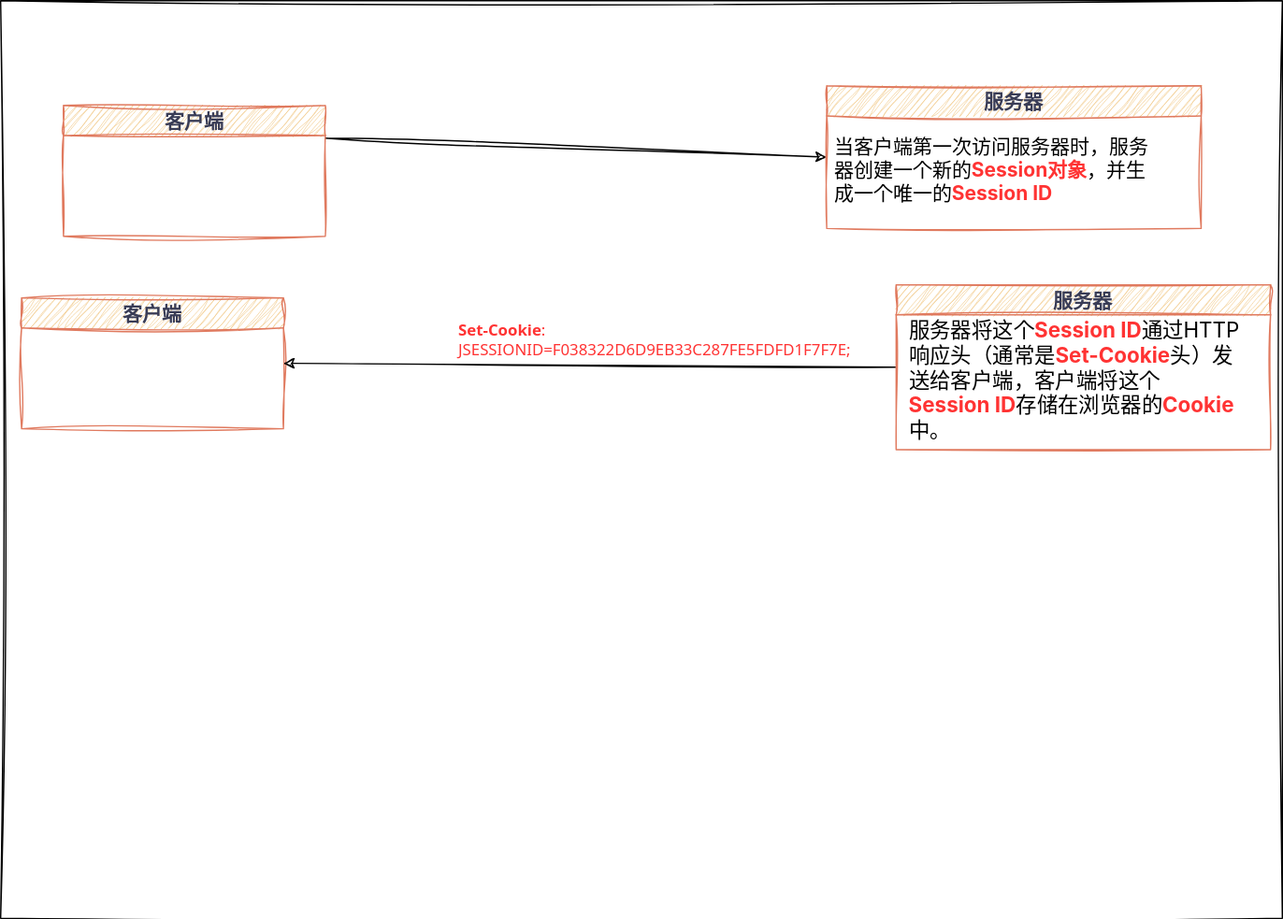
luguosong/images keeps this draw.io diagram as diagrams/java_serve/web_application/session_cookie/session原理图解.svg. Above is the earlier version. Source tidied: cells renumbered, new cells last; positions are measured from the earlier drawing's top-left corner, leaving out a move shared by most shapes.
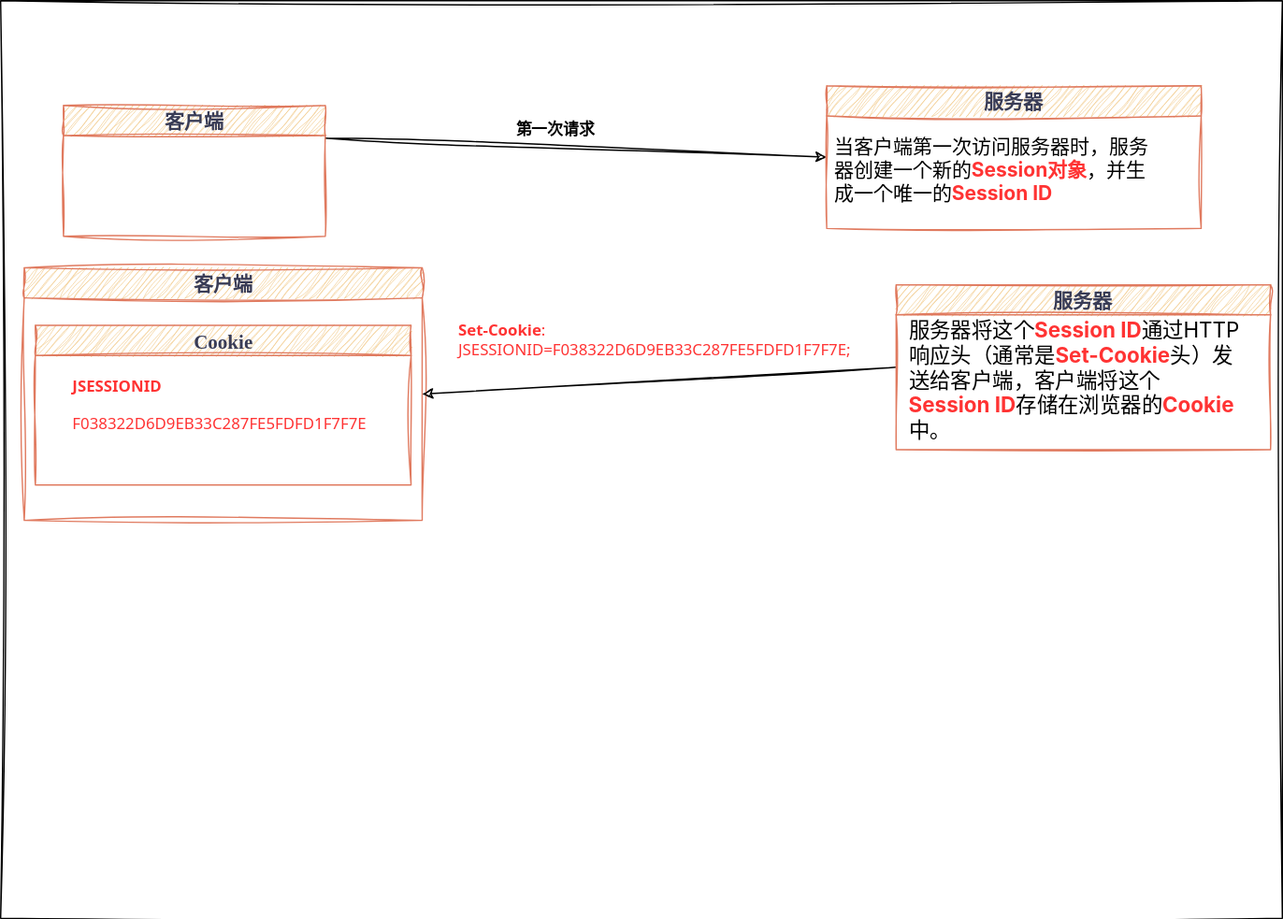
The same diagram one commit later.

Commit message:
更新session原理图解.svg

Change to the diagram source:
```diff
@@ -18,8 +18,14 @@
       <mxGeometry x="4" y="37" width="255" height="54" as="geometry" />
     </mxCell>
     <mxCell id="7" value="客户端" style="swimlane;whiteSpace=wrap;html=1;sketch=1;hachureGap=4;jiggle=2;curveFitting=1;fontFamily=LXGW WenKai;fontSize=15;strokeColor=#E07A5F;align=center;verticalAlign=middle;fontColor=#393C56;fontStyle=1;fillColor=#F2CC8F;fontSource=https%3A%2F%2Ffonts.googleapis.com%2Fcss%3Ffamily%3DArchitects%2BDaughter;labelBackgroundColor=none;" parent="1" vertex="1">
-      <mxGeometry x="16" y="227" width="200" height="100" as="geometry" />
+      <mxGeometry x="18" y="204" width="304" height="193" as="geometry" />
     </mxCell>
+    <mxCell id="13" value="Cookie" style="swimlane;whiteSpace=wrap;html=1;sketch=1;hachureGap=4;jiggle=2;curveFitting=1;fontFamily=LXGW WenKai;fontSize=15;strokeColor=#E07A5F;align=center;verticalAlign=middle;fontColor=#393C56;fontStyle=1;fillColor=#F2CC8F;fontSource=https%3A%2F%2Ffonts.googleapis.com%2Fcss%3Ffamily%3DArchitects%2BDaughter;labelBackgroundColor=none;" parent="7" vertex="1">
+      <mxGeometry x="8.5" y="44" width="287" height="122" as="geometry" />
+    </mxCell>
+    <mxCell id="14" value="&lt;div style=&quot;text-align: left;&quot;&gt;&lt;span style=&quot;font-family: system-ui, sans-serif; white-space: pre; background-color: rgb(255, 255, 255);&quot;&gt;&lt;font style=&quot;&quot; color=&quot;#ff3333&quot;&gt;JSESSIONID&lt;/font&gt;&lt;/span&gt;&lt;/div&gt;&lt;font style=&quot;background-color: rgb(255, 255, 255);&quot; color=&quot;#ff3333&quot;&gt;&lt;div style=&quot;text-align: left;&quot;&gt;&lt;font face=&quot;system-ui, sans-serif&quot;&gt;&lt;span style=&quot;font-weight: 400; white-space: pre;&quot;&gt;&lt;br&gt;&lt;/span&gt;&lt;/font&gt;&lt;/div&gt;&lt;span style=&quot;font-family: system-ui, sans-serif; font-weight: 400;&quot;&gt;&lt;div style=&quot;text-align: left;&quot;&gt;F038322D6D9EB33C287FE5FDFD1F7F7E&lt;/div&gt;&lt;/span&gt;&lt;/font&gt;" style="text;html=1;align=center;verticalAlign=middle;whiteSpace=wrap;rounded=0;fontFamily=LXGW WenKai;fontSize=12;fontColor=default;fontStyle=1;" parent="13" vertex="1">
+      <mxGeometry x="23" y="30.5" width="235" height="61" as="geometry" />
+    </mxCell>
     <mxCell id="8" style="edgeStyle=none;rounded=0;sketch=1;hachureGap=4;jiggle=2;curveFitting=1;jettySize=auto;html=1;exitX=0;exitY=0.5;exitDx=0;exitDy=0;entryX=1;entryY=0.5;entryDx=0;entryDy=0;fontFamily=LXGW WenKai;fontSource=https%3A%2F%2Ffonts.googleapis.com%2Fcss%3Ffamily%3DArchitects%2BDaughter;fontSize=12;fontColor=default;fontStyle=1;" parent="1" edge="1" source="10" target="7">
       <mxGeometry relative="1" as="geometry" />
     </mxCell>
@@ -37,5 +43,8 @@
     <mxCell id="12" value="&lt;span style=&quot;color: rgb(255, 51, 51); font-family: system-ui, sans-serif; text-transform: capitalize;&quot;&gt;Set-Cookie&lt;/span&gt;&lt;span style=&quot;color: rgb(255, 51, 51); font-family: system-ui, sans-serif; font-weight: 400; text-transform: capitalize;&quot;&gt;:&amp;nbsp;&lt;br&gt;&lt;/span&gt;&lt;span style=&quot;color: rgb(255, 51, 51); font-family: system-ui, sans-serif; font-weight: 400;&quot;&gt;JSESSIONID=F038322D6D9EB33C287FE5FDFD1F7F7E;&amp;nbsp;&lt;/span&gt;" style="text;html=1;align=left;verticalAlign=middle;whiteSpace=wrap;rounded=0;fontFamily=LXGW WenKai;fontSize=12;fontColor=default;fontStyle=1;" parent="1" vertex="1">
       <mxGeometry x="348" y="244" width="325" height="30" as="geometry" />
     </mxCell>
+    <mxCell id="15" value="第一次请求" style="text;html=1;align=center;verticalAlign=middle;whiteSpace=wrap;rounded=0;fontFamily=LXGW WenKai;fontSize=12;fontColor=default;fontStyle=1;" parent="1" vertex="1">
+      <mxGeometry x="372" y="84" width="104" height="30" as="geometry" />
+    </mxCell>
   </root>
 </mxGraphModel>
```
